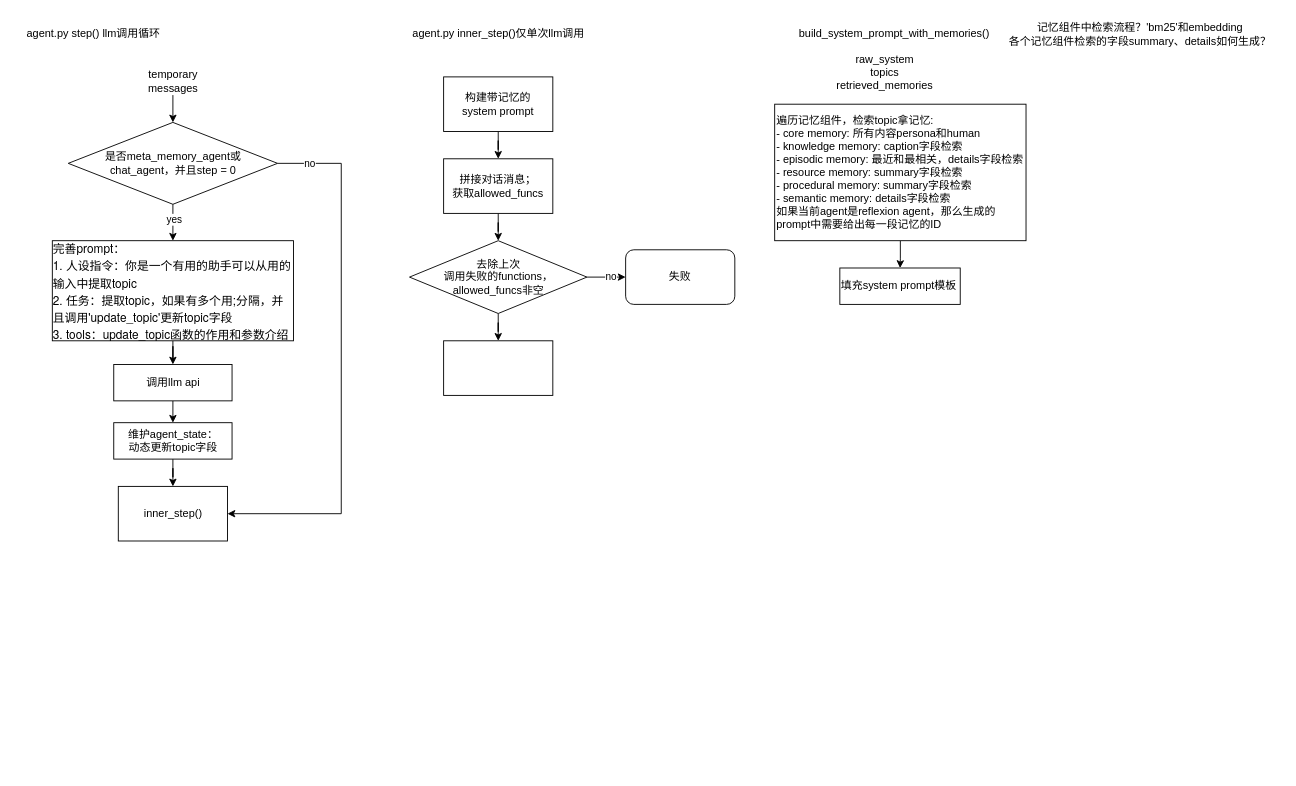
Above: mirix_agent_exe.drawio in sunray42/diagrams (draw.io), before the change. Source tidied: cells renumbered, new cells numbered last; positions are measured from the earlier drawing's top-left corner, leaving out a move shared by most shapes. Both pictures are drawn from the tidied source at 91%, with x=0, y=0 at pixel (15, 15).
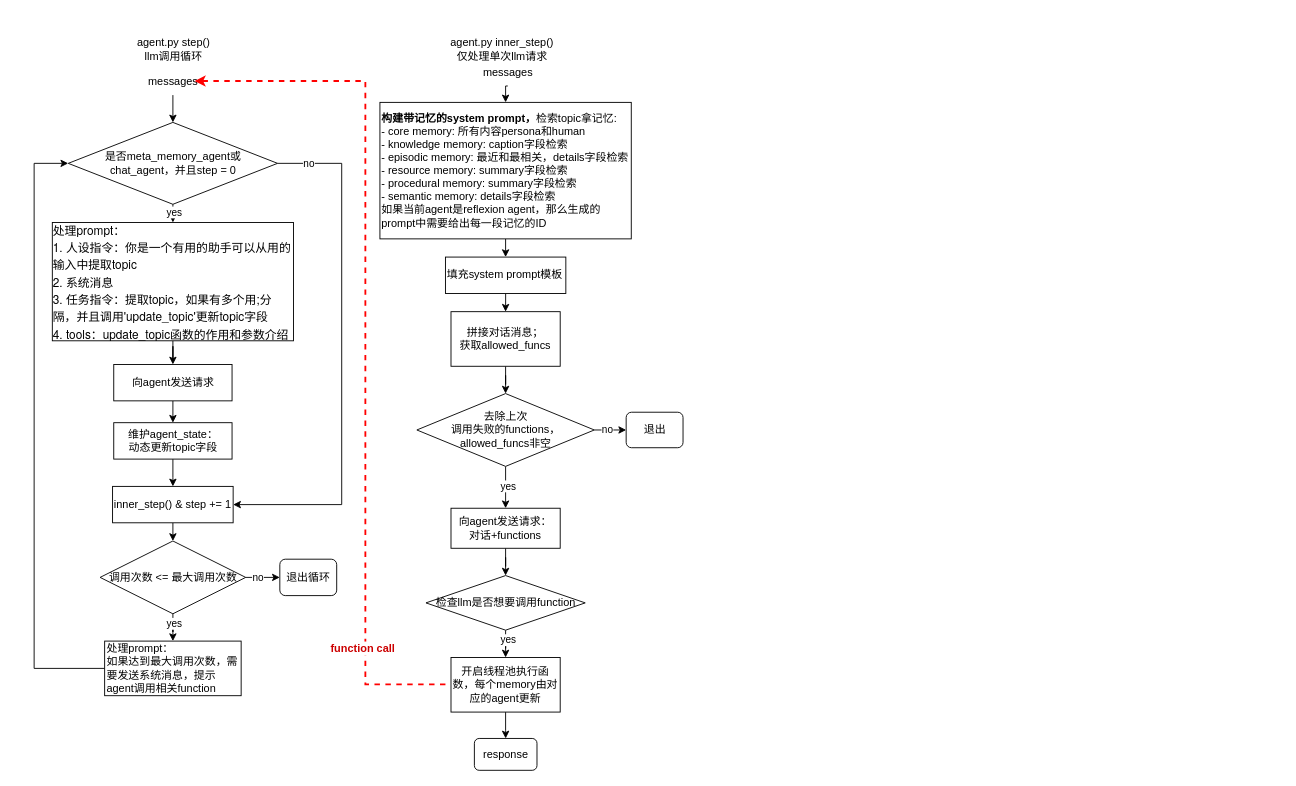
Above is the later version.

Unchanged cells that the change refers to:
```xml
<mxCell id="8" value="是否meta_memory_agent或&lt;div&gt;chat_agent，并且step = 0&lt;/div&gt;" style="rhombus;whiteSpace=wrap;html=1;" parent="1" vertex="1">
  <mxGeometry x="57.5" y="117" width="230" height="90" as="geometry" />
</mxCell>
<mxCell id="28" style="edgeStyle=orthogonalEdgeStyle;rounded=0;jettySize=auto;html=1;" parent="1" edge="1" source="31" target="32">
  <mxGeometry relative="1" as="geometry" />
</mxCell>
<mxCell id="30" style="edgeStyle=orthogonalEdgeStyle;rounded=0;jettySize=auto;html=1;" parent="1" edge="1" source="31" target="33">
  <mxGeometry relative="1" as="geometry" />
</mxCell>
```

The edit, as a diff of the source:
```diff
@@
-    <mxCell id="3" value="&lt;p style=&quot;margin: 0px; font-variant-numeric: normal; font-variant-east-asian: normal; font-variant-alternates: normal; font-size-adjust: none; font-kerning: auto; font-optical-sizing: auto; font-feature-settings: normal; font-variation-settings: normal; font-variant-position: normal; font-variant-emoji: normal; font-stretch: normal; font-size: 13px; line-height: normal; font-family: &amp;quot;Helvetica Neue&amp;quot;; text-align: start;&quot; class=&quot;p1&quot;&gt;完善prompt：&lt;/p&gt;&lt;p style=&quot;margin: 0px; font-variant-numeric: normal; font-variant-east-asian: normal; font-variant-alternates: normal; font-size-adjust: none; font-kerning: auto; font-optical-sizing: auto; font-feature-settings: normal; font-variation-settings: normal; font-variant-position: normal; font-variant-emoji: normal; font-stretch: normal; font-size: 13px; line-height: normal; font-family: &amp;quot;Helvetica Neue&amp;quot;; text-align: start;&quot; class=&quot;p1&quot;&gt;&lt;span style=&quot;background-color: transparent; color: light-dark(rgb(0, 0, 0), rgb(255, 255, 255));&quot;&gt;1. 人设指令：你是一个有用的助手可以从用的输入中提取topic&lt;/span&gt;&lt;/p&gt;&lt;p style=&quot;margin: 0px; font-variant-numeric: normal; font-variant-east-asian: normal; font-variant-alternates: normal; font-size-adjust: none; font-kerning: auto; font-optical-sizing: auto; font-feature-settings: normal; font-variation-settings: normal; font-variant-position: normal; font-variant-emoji: normal; font-stretch: normal; font-size: 13px; line-height: normal; font-family: &amp;quot;Helvetica Neue&amp;quot;; text-align: start;&quot; class=&quot;p1&quot;&gt;&lt;span style=&quot;background-color: transparent; color: light-dark(rgb(0, 0, 0), rgb(255, 255, 255));&quot;&gt;2. 任务：提取topic，如果有多个用;分隔，并且调用'update_topic'更新topic字段&lt;/span&gt;&lt;/p&gt;&lt;p style=&quot;margin: 0px; font-variant-numeric: normal; font-variant-east-asian: normal; font-variant-alternates: normal; font-size-adjust: none; font-kerning: auto; font-optical-sizing: auto; font-feature-settings: normal; font-variation-settings: normal; font-variant-position: normal; font-variant-emoji: normal; font-stretch: normal; font-size: 13px; line-height: normal; font-family: &amp;quot;Helvetica Neue&amp;quot;; text-align: start;&quot; class=&quot;p1&quot;&gt;&lt;span style=&quot;background-color: transparent; color: light-dark(rgb(0, 0, 0), rgb(255, 255, 255));&quot;&gt;3. tools：update_topic函数的作用和参数介绍&lt;/span&gt;&lt;/p&gt;" style="rounded=0;whiteSpace=wrap;html=1;" parent="1" vertex="1">
-      <mxGeometry x="40" y="247" width="265" height="110" as="geometry" />
+    <mxCell id="3" value="&lt;p style=&quot;margin: 0px; font-variant-numeric: normal; font-variant-east-asian: normal; font-variant-alternates: normal; font-size-adjust: none; font-kerning: auto; font-optical-sizing: auto; font-feature-settings: normal; font-variation-settings: normal; font-variant-position: normal; font-variant-emoji: normal; font-stretch: normal; font-size: 13px; line-height: normal; font-family: &amp;quot;Helvetica Neue&amp;quot;; text-align: start;&quot; class=&quot;p1&quot;&gt;处理prompt：&lt;/p&gt;&lt;p style=&quot;margin: 0px; font-variant-numeric: normal; font-variant-east-asian: normal; font-variant-alternates: normal; font-size-adjust: none; font-kerning: auto; font-optical-sizing: auto; font-feature-settings: normal; font-variation-settings: normal; font-variant-position: normal; font-variant-emoji: normal; font-stretch: normal; font-size: 13px; line-height: normal; font-family: &amp;quot;Helvetica Neue&amp;quot;; text-align: start;&quot; class=&quot;p1&quot;&gt;&lt;span style=&quot;background-color: transparent; color: light-dark(rgb(0, 0, 0), rgb(255, 255, 255));&quot;&gt;1. 人设指令：你是一个有用的助手可以从用的输入中提取topic&lt;/span&gt;&lt;/p&gt;&lt;p style=&quot;margin: 0px; font-variant-numeric: normal; font-variant-east-asian: normal; font-variant-alternates: normal; font-size-adjust: none; font-kerning: auto; font-optical-sizing: auto; font-feature-settings: normal; font-variation-settings: normal; font-variant-position: normal; font-variant-emoji: normal; font-stretch: normal; font-size: 13px; line-height: normal; font-family: &amp;quot;Helvetica Neue&amp;quot;; text-align: start;&quot; class=&quot;p1&quot;&gt;2. 系统消息&lt;/p&gt;&lt;p style=&quot;margin: 0px; font-variant-numeric: normal; font-variant-east-asian: normal; font-variant-alternates: normal; font-size-adjust: none; font-kerning: auto; font-optical-sizing: auto; font-feature-settings: normal; font-variation-settings: normal; font-variant-position: normal; font-variant-emoji: normal; font-stretch: normal; font-size: 13px; line-height: normal; font-family: &amp;quot;Helvetica Neue&amp;quot;; text-align: start;&quot; class=&quot;p1&quot;&gt;&lt;span style=&quot;background-color: transparent; color: light-dark(rgb(0, 0, 0), rgb(255, 255, 255));&quot;&gt;3. 任务指令：提取topic，如果有多个用;分隔，并且调用'update_topic'更新topic字段&lt;/span&gt;&lt;/p&gt;&lt;p style=&quot;margin: 0px; font-variant-numeric: normal; font-variant-east-asian: normal; font-variant-alternates: normal; font-size-adjust: none; font-kerning: auto; font-optical-sizing: auto; font-feature-settings: normal; font-variation-settings: normal; font-variant-position: normal; font-variant-emoji: normal; font-stretch: normal; font-size: 13px; line-height: normal; font-family: &amp;quot;Helvetica Neue&amp;quot;; text-align: start;&quot; class=&quot;p1&quot;&gt;&lt;span style=&quot;background-color: transparent; color: light-dark(rgb(0, 0, 0), rgb(255, 255, 255));&quot;&gt;4. tools：update_topic函数的作用和参数介绍&lt;/span&gt;&lt;/p&gt;" style="rounded=0;whiteSpace=wrap;html=1;" parent="1" vertex="1">
+      <mxGeometry x="40" y="227" width="265" height="130" as="geometry" />
     </mxCell>
@@
     <mxCell id="6" style="edgeStyle=orthogonalEdgeStyle;rounded=0;jettySize=auto;html=1;exitX=1;exitY=0.5;exitDx=0;exitDy=0;entryX=1;entryY=0.5;entryDx=0;entryDy=0;" parent="1" edge="1" source="8" target="13">
       <mxGeometry relative="1" as="geometry">
         <Array as="points">
-          <mxPoint x="357.5" y="162" />
-          <mxPoint x="357.5" y="547" />
+          <mxPoint x="358" y="162" />
+          <mxPoint x="358" y="537" />
         </Array>
       </mxGeometry>
     </mxCell>
@@
-    <mxCell id="10" value="temporary messages" style="text;html=1;align=center;verticalAlign=middle;whiteSpace=wrap;rounded=0;" parent="1" vertex="1">
+    <mxCell id="10" value="messages" style="text;html=1;align=center;verticalAlign=middle;whiteSpace=wrap;rounded=0;" parent="1" vertex="1">
       <mxGeometry x="142.5" y="57" width="60" height="30" as="geometry" />
     </mxCell>
@@
+    <mxCell id="34" style="edgeStyle=orthogonalEdgeStyle;rounded=0;jettySize=auto;html=1;" parent="1" edge="1" source="13" target="49">
+      <mxGeometry relative="1" as="geometry" />
+    </mxCell>
-    <mxCell id="13" value="inner_step()" style="whiteSpace=wrap;html=1;rounded=0;" parent="1" vertex="1">
-      <mxGeometry x="112.5" y="517" width="120" height="60" as="geometry" />
+    <mxCell id="13" value="inner_step() &amp;amp; step += 1" style="whiteSpace=wrap;html=1;rounded=0;" parent="1" vertex="1">
+      <mxGeometry x="106.2" y="517" width="132.5" height="40" as="geometry" />
     </mxCell>
@@
-    <mxCell id="15" value="调用llm api" style="whiteSpace=wrap;html=1;rounded=0;" parent="1" vertex="1">
+    <mxCell id="15" value="向agent发送请求" style="whiteSpace=wrap;html=1;rounded=0;" parent="1" vertex="1">
       <mxGeometry x="107.5" y="383" width="130" height="40" as="geometry" />
     </mxCell>
-    <mxCell id="16" value="agent.py step() llm调用循环" style="text;html=1;align=center;verticalAlign=middle;strokeColor=none;fillColor=none;" parent="1" vertex="1">
-      <mxGeometry y="5" width="170" height="30" as="geometry" />
+    <mxCell id="16" value="agent.py step()&lt;div&gt;llm调用循环&lt;/div&gt;" style="text;html=1;align=center;verticalAlign=middle;strokeColor=none;fillColor=none;" parent="1" vertex="1">
+      <mxGeometry x="122.5" y="17" width="100" height="40" as="geometry" />
     </mxCell>
-    <mxCell id="17" value="agent.py inner_step()仅单次llm调用" style="text;html=1;align=center;verticalAlign=middle;strokeColor=none;fillColor=none;" parent="1" vertex="1">
-      <mxGeometry x="425" y="5" width="210" height="30" as="geometry" />
+    <mxCell id="17" value="agent.py inner_step()&lt;div&gt;仅处理单次llm请求&lt;/div&gt;" style="text;html=1;align=center;verticalAlign=middle;strokeColor=none;fillColor=none;" parent="1" vertex="1">
+      <mxGeometry x="464.3" y="17" width="140" height="40" as="geometry" />
     </mxCell>
-    <mxCell id="18" value="build_system_prompt_with_memories()" style="text;html=1;align=center;verticalAlign=middle;strokeColor=none;fillColor=none;" parent="1" vertex="1">
-      <mxGeometry x="850" y="5" width="230" height="30" as="geometry" />
-    </mxCell>
-    <mxCell id="19" value="raw_system&lt;div&gt;topics&lt;/div&gt;&lt;div&gt;retrieved_memories&lt;/div&gt;" style="text;html=1;align=center;verticalAlign=middle;whiteSpace=wrap;rounded=0;" parent="1" vertex="1">
-      <mxGeometry x="800" y="47" width="310" height="30" as="geometry" />
-    </mxCell>
@@
-    <mxCell id="21" value="遍历记忆组件，检索topic拿记忆:&lt;div&gt;- core memory: 所有内容persona和human&lt;/div&gt;&lt;div&gt;- knowledge memory: caption字段检索&lt;/div&gt;&lt;div&gt;- episodic memory:&amp;nbsp;&lt;span style=&quot;background-color: transparent; color: light-dark(rgb(0, 0, 0), rgb(255, 255, 255));&quot;&gt;最近和最相关，details字段检索&lt;/span&gt;&lt;/div&gt;&lt;div&gt;- resource memory: summary字段检索&lt;/div&gt;&lt;div&gt;- procedural memory: summary字段检索&lt;/div&gt;&lt;div&gt;- semantic memory: details字段检索&lt;/div&gt;&lt;div&gt;如果当前agent是reflexion agent，那么生成的prompt中需要给出每一段记忆的ID&lt;/div&gt;" style="rounded=0;whiteSpace=wrap;html=1;align=left;" parent="1" vertex="1">
-      <mxGeometry x="833.8" y="97" width="276.2" height="150" as="geometry" />
+    <mxCell id="21" value="&lt;div&gt;&lt;span style=&quot;background-color: transparent; color: light-dark(rgb(0, 0, 0), rgb(255, 255, 255));&quot;&gt;&lt;b&gt;构建带记忆的system prompt，&lt;/b&gt;检索topic拿记忆:&lt;/span&gt;&lt;/div&gt;&lt;div&gt;- core memory: 所有内容persona和human&lt;/div&gt;&lt;div&gt;- knowledge memory: caption字段检索&lt;/div&gt;&lt;div&gt;- episodic memory:&amp;nbsp;&lt;span style=&quot;background-color: transparent; color: light-dark(rgb(0, 0, 0), rgb(255, 255, 255));&quot;&gt;最近和最相关，details字段检索&lt;/span&gt;&lt;/div&gt;&lt;div&gt;- resource memory: summary字段检索&lt;/div&gt;&lt;div&gt;- procedural memory: summary字段检索&lt;/div&gt;&lt;div&gt;- semantic memory: details字段检索&lt;/div&gt;&lt;div&gt;如果当前agent是reflexion agent，那么生成的prompt中需要给出每一段记忆的ID&lt;/div&gt;" style="rounded=0;whiteSpace=wrap;html=1;align=left;" parent="1" vertex="1">
+      <mxGeometry x="400" y="95" width="276.2" height="150" as="geometry" />
     </mxCell>
-    <mxCell id="22" value="记忆组件中检索流程？'bm25'和embedding&lt;div&gt;各个记忆组件检索的字段summary、details如何生成？&lt;/div&gt;" style="text;html=1;align=center;verticalAlign=middle;strokeColor=none;fillColor=none;" parent="1" vertex="1">
-      <mxGeometry x="1080" width="310" height="40" as="geometry" />
-    </mxCell>
+    <mxCell id="35" style="edgeStyle=orthogonalEdgeStyle;rounded=0;jettySize=auto;html=1;exitX=0.5;exitY=1;exitDx=0;exitDy=0;entryX=0.5;entryY=0;entryDx=0;entryDy=0;" parent="1" edge="1" source="23" target="27">
+      <mxGeometry relative="1" as="geometry" />
+    </mxCell>
     <mxCell id="23" value="填充system prompt模板" style="whiteSpace=wrap;html=1;align=left;rounded=0;" parent="1" vertex="1">
-      <mxGeometry x="905.4" y="277" width="132.3" height="40" as="geometry" />
+      <mxGeometry x="472" y="265" width="132.3" height="40" as="geometry" />
     </mxCell>
-    <mxCell id="24" style="edgeStyle=orthogonalEdgeStyle;rounded=0;jettySize=auto;html=1;" parent="1" edge="1" source="25" target="27">
-      <mxGeometry relative="1" as="geometry" />
-    </mxCell>
-    <mxCell id="25" value="构建带记忆的&lt;div&gt;system prompt&lt;/div&gt;" style="whiteSpace=wrap;html=1;" parent="1" vertex="1">
-      <mxGeometry x="470" y="67" width="120" height="60" as="geometry" />
-    </mxCell>
@@
     <mxCell id="27" value="拼接对话消息；&lt;div&gt;获取allowed_funcs&lt;/div&gt;" style="whiteSpace=wrap;html=1;" parent="1" vertex="1">
-      <mxGeometry x="470" y="157" width="120" height="60" as="geometry" />
+      <mxGeometry x="478.1" y="325" width="120" height="60" as="geometry" />
     </mxCell>
@@
     <mxCell id="29" value="no" style="edgeLabel;html=1;align=center;verticalAlign=middle;" parent="28" vertex="1">
-      <mxGeometry x="0.22" y="1" relative="1" as="geometry" />
+      <mxGeometry x="0.22" y="1" relative="1" as="geometry">
+        <mxPoint x="-3" as="offset" />
+      </mxGeometry>
     </mxCell>
@@
+    <mxCell id="36" value="yes" style="edgeLabel;html=1;align=center;verticalAlign=middle;" parent="30" vertex="1">
+      <mxGeometry x="-0.09" y="2" relative="1" as="geometry" />
+    </mxCell>
     <mxCell id="31" value="去除上次&lt;div&gt;调用失败的functions，allowed_funcs非空&lt;/div&gt;" style="rhombus;whiteSpace=wrap;html=1;" parent="1" vertex="1">
-      <mxGeometry x="432.5" y="247" width="195" height="80" as="geometry" />
+      <mxGeometry x="440.6" y="415" width="195" height="80" as="geometry" />
     </mxCell>
-    <mxCell id="32" value="失败" style="rounded=1;whiteSpace=wrap;html=1;" parent="1" vertex="1">
-      <mxGeometry x="670" y="257" width="120" height="60" as="geometry" />
+    <mxCell id="32" value="退出" style="rounded=1;whiteSpace=wrap;html=1;" parent="1" vertex="1">
+      <mxGeometry x="670.6" y="435.5" width="62.5" height="39" as="geometry" />
     </mxCell>
+    <mxCell id="37" style="edgeStyle=orthogonalEdgeStyle;rounded=0;jettySize=auto;html=1;" parent="1" edge="1" source="33" target="40">
+      <mxGeometry relative="1" as="geometry" />
+    </mxCell>
-    <mxCell id="33" style="whiteSpace=wrap;html=1;" parent="1" vertex="1">
-      <mxGeometry x="470" y="357" width="120" height="60" as="geometry" />
+    <mxCell id="33" value="向agent发送请求：&lt;div&gt;对话+functions&lt;/div&gt;" style="whiteSpace=wrap;html=1;" parent="1" vertex="1">
+      <mxGeometry x="478.1" y="541" width="120" height="44" as="geometry" />
     </mxCell>
+    <mxCell id="38" style="edgeStyle=orthogonalEdgeStyle;rounded=0;jettySize=auto;html=1;" parent="1" edge="1" source="40" target="44">
+      <mxGeometry relative="1" as="geometry" />
+    </mxCell>
+    <mxCell id="39" value="yes" style="edgeLabel;html=1;align=center;verticalAlign=middle;" parent="38" vertex="1">
+      <mxGeometry x="-0.45" y="2" relative="1" as="geometry">
+        <mxPoint y="-4" as="offset" />
+      </mxGeometry>
+    </mxCell>
+    <mxCell id="40" value="检查llm是否想要调用function" style="rhombus;whiteSpace=wrap;html=1;" parent="1" vertex="1">
+      <mxGeometry x="450.6" y="615" width="175" height="60" as="geometry" />
+    </mxCell>
+    <mxCell id="41" style="edgeStyle=orthogonalEdgeStyle;rounded=0;orthogonalLoop=1;jettySize=auto;html=1;exitX=0;exitY=0.5;exitDx=0;exitDy=0;entryX=1;entryY=0.5;entryDx=0;entryDy=0;dashed=1;strokeColor=#FF0000;strokeWidth=2;" parent="1" edge="1">
+      <mxGeometry relative="1" as="geometry">
+        <mxPoint x="472" y="734.5" as="sourcePoint" />
+        <mxPoint x="196.3" y="71.5" as="targetPoint" />
+        <Array as="points">
+          <mxPoint x="384" y="734" />
+          <mxPoint x="384" y="71" />
+        </Array>
+      </mxGeometry>
+    </mxCell>
+    <mxCell id="42" value="&lt;b&gt;&lt;font style=&quot;font-size: 12px; color: rgb(204, 0, 0);&quot;&gt;function call&lt;/font&gt;&lt;/b&gt;" style="edgeLabel;html=1;align=center;verticalAlign=middle;" parent="41" vertex="1">
+      <mxGeometry x="-0.66" y="4" relative="1" as="geometry">
+        <mxPoint y="32" as="offset" />
+      </mxGeometry>
+    </mxCell>
+    <mxCell id="43" style="edgeStyle=orthogonalEdgeStyle;rounded=0;jettySize=auto;html=1;" parent="1" edge="1" source="44" target="53">
+      <mxGeometry relative="1" as="geometry" />
+    </mxCell>
+    <mxCell id="44" value="开启线程池执行函数，每个memory由对应的agent更新" style="whiteSpace=wrap;html=1;" parent="1" vertex="1">
+      <mxGeometry x="478.1" y="705" width="120" height="60" as="geometry" />
+    </mxCell>
+    <mxCell id="45" style="edgeStyle=orthogonalEdgeStyle;rounded=0;jettySize=auto;html=1;exitX=1;exitY=0.5;exitDx=0;exitDy=0;entryX=0;entryY=0.5;entryDx=0;entryDy=0;" parent="1" edge="1" source="49" target="50">
+      <mxGeometry relative="1" as="geometry" />
+    </mxCell>
+    <mxCell id="46" value="no" style="edgeLabel;html=1;align=center;verticalAlign=middle;" parent="45" vertex="1">
+      <mxGeometry x="-0.31" relative="1" as="geometry" />
+    </mxCell>
+    <mxCell id="47" style="edgeStyle=orthogonalEdgeStyle;rounded=0;jettySize=auto;html=1;" parent="1" edge="1" source="49" target="52">
+      <mxGeometry relative="1" as="geometry" />
+    </mxCell>
+    <mxCell id="48" value="yes" style="edgeLabel;html=1;align=center;verticalAlign=middle;" parent="47" vertex="1">
+      <mxGeometry x="-0.6" y="1" relative="1" as="geometry" />
+    </mxCell>
+    <mxCell id="49" value="调用次数 &amp;lt;= 最大调用次数" style="rhombus;whiteSpace=wrap;html=1;rounded=0;" parent="1" vertex="1">
+      <mxGeometry x="92.5" y="577" width="160" height="80" as="geometry" />
+    </mxCell>
+    <mxCell id="50" value="退出循环" style="rounded=1;whiteSpace=wrap;html=1;" parent="1" vertex="1">
+      <mxGeometry x="290" y="597" width="62.5" height="40" as="geometry" />
+    </mxCell>
+    <mxCell id="51" style="edgeStyle=orthogonalEdgeStyle;rounded=0;jettySize=auto;html=1;exitX=0;exitY=0.5;exitDx=0;exitDy=0;entryX=0;entryY=0.5;entryDx=0;entryDy=0;" parent="1" edge="1" source="52" target="8">
+      <mxGeometry relative="1" as="geometry">
+        <Array as="points">
+          <mxPoint x="20" y="717" />
+          <mxPoint x="20" y="162" />
+        </Array>
+      </mxGeometry>
+    </mxCell>
+    <mxCell id="52" value="处理prompt：&lt;div&gt;如果达到最大调用次数，需要发送系统消息，提示agent调用相关function&lt;/div&gt;" style="whiteSpace=wrap;html=1;rounded=0;align=left;" parent="1" vertex="1">
+      <mxGeometry x="97.5" y="687" width="150" height="60" as="geometry" />
+    </mxCell>
+    <mxCell id="53" value="response" style="rounded=1;whiteSpace=wrap;html=1;" parent="1" vertex="1">
+      <mxGeometry x="503.8" y="794" width="68.8" height="35" as="geometry" />
+    </mxCell>
+    <mxCell id="54" style="edgeStyle=orthogonalEdgeStyle;rounded=0;jettySize=auto;html=1;exitX=0.5;exitY=1;exitDx=0;exitDy=0;entryX=0.5;entryY=0;entryDx=0;entryDy=0;" parent="1" edge="1" source="55" target="21">
+      <mxGeometry relative="1" as="geometry" />
+    </mxCell>
+    <mxCell id="55" value="messages" style="text;html=1;align=center;verticalAlign=middle;whiteSpace=wrap;rounded=0;" parent="1" vertex="1">
+      <mxGeometry x="510.5" y="47" width="60" height="30" as="geometry" />
+    </mxCell>
```
